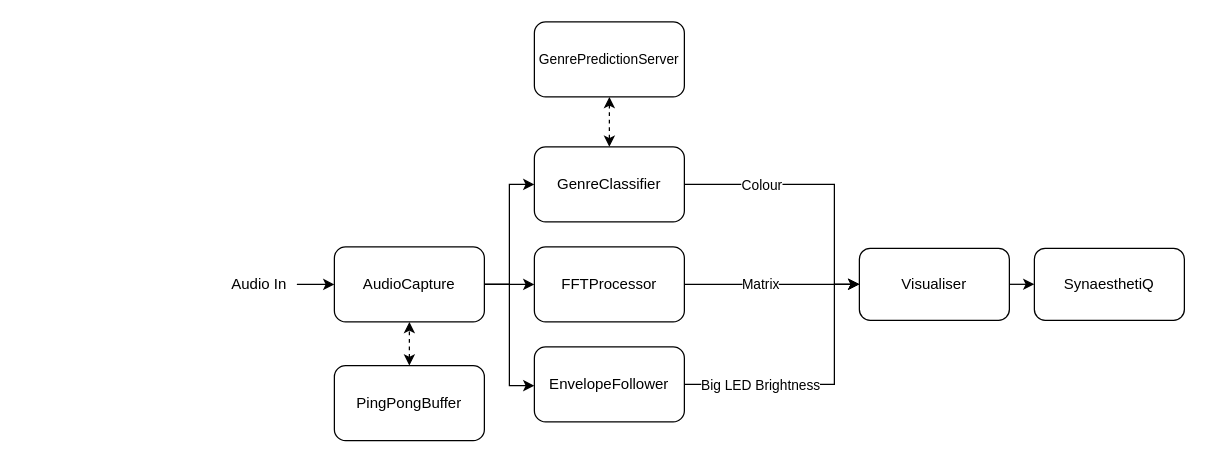
This is Full Data Flow Diagram.drawio from rt5-tp/SynaesthetiQ-demo-test, a draw.io file, before an edit. Source tidied: cells renumbered, new cells numbered last; positions are measured from the earlier drawing's top-left corner, leaving out a move shared by most shapes. Both pictures are drawn from the tidied source at 125%, with x=0, y=0 at pixel (221, 21).
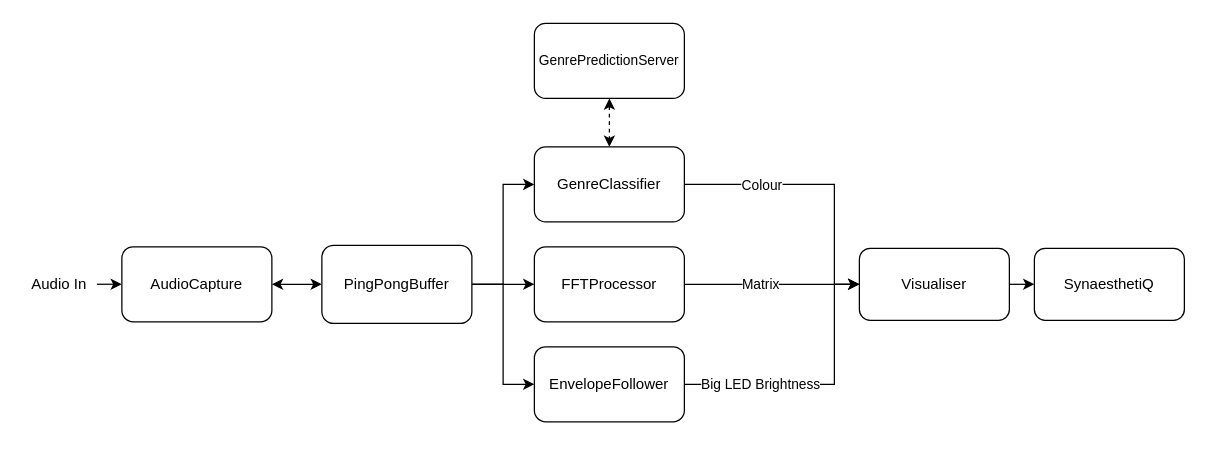
Above is the later version.

Unchanged cells that the change refers to:
```xml
<mxCell id="12" value="GenreClassifier" style="rounded=1;whiteSpace=wrap;html=1;" parent="1" vertex="1">
  <mxGeometry x="250" y="100" width="120" height="60" as="geometry" />
</mxCell>
<mxCell id="20" value="Visualiser" style="rounded=1;whiteSpace=wrap;html=1;verticalAlign=middle;fillColor=none;" parent="1" vertex="1">
  <mxGeometry x="510" y="181.2" width="120" height="57.5" as="geometry" />
</mxCell>
```

Diff of the diagram source:
```diff
@@
     <mxCell id="3" value="Audio In" style="text;html=1;strokeColor=none;fillColor=none;align=center;verticalAlign=middle;whiteSpace=wrap;rounded=0;" parent="1" vertex="1">
-      <mxGeometry y="195" width="60" height="30" as="geometry" />
+      <mxGeometry x="-160" y="194.9" width="60" height="30" as="geometry" />
     </mxCell>
-    <mxCell id="4" style="edgeStyle=orthogonalEdgeStyle;rounded=0;jettySize=auto;html=1;exitX=1;exitY=0.5;exitDx=0;exitDy=0;entryX=0;entryY=0.5;entryDx=0;entryDy=0;" parent="1" edge="1" source="7" target="12">
-      <mxGeometry relative="1" as="geometry">
-        <Array as="points">
-          <mxPoint x="230" y="210" />
-          <mxPoint x="230" y="130" />
-        </Array>
-      </mxGeometry>
-    </mxCell>
-    <mxCell id="5" style="edgeStyle=orthogonalEdgeStyle;rounded=0;jettySize=auto;html=1;exitX=1;exitY=0.5;exitDx=0;exitDy=0;" parent="1" edge="1" source="7" target="15">
-      <mxGeometry relative="1" as="geometry">
-        <Array as="points">
-          <mxPoint x="230" y="210" />
-          <mxPoint x="230" y="291" />
-        </Array>
-      </mxGeometry>
-    </mxCell>
-    <mxCell id="6" style="edgeStyle=orthogonalEdgeStyle;rounded=0;jettySize=auto;html=1;exitX=1;exitY=0.5;exitDx=0;exitDy=0;entryX=0;entryY=0.5;entryDx=0;entryDy=0;" parent="1" edge="1" source="7" target="18">
-      <mxGeometry relative="1" as="geometry" />
-    </mxCell>
+    <mxCell id="24" style="edgeStyle=orthogonalEdgeStyle;rounded=0;jettySize=auto;html=1;exitX=1;exitY=0.5;exitDx=0;exitDy=0;entryX=0;entryY=0.5;entryDx=0;entryDy=0;fontSize=11;startArrow=classic;startFill=1;endArrow=classic;endFill=1;" parent="1" edge="1" source="7" target="9">
+      <mxGeometry relative="1" as="geometry" />
+    </mxCell>
     <mxCell id="7" value="AudioCapture" style="rounded=1;whiteSpace=wrap;html=1;" parent="1" vertex="1">
-      <mxGeometry x="90" y="180" width="120" height="60" as="geometry" />
+      <mxGeometry x="-80" y="179.9" width="120" height="60" as="geometry" />
     </mxCell>
-    <mxCell id="8" style="edgeStyle=orthogonalEdgeStyle;rounded=0;jettySize=auto;html=1;exitX=0.5;exitY=0;exitDx=0;exitDy=0;entryX=0.5;entryY=1;entryDx=0;entryDy=0;dashed=1;fontSize=11;startArrow=classic;startFill=1;endArrow=classic;endFill=1;" parent="1" edge="1" source="9" target="7">
-      <mxGeometry relative="1" as="geometry" />
-    </mxCell>
+    <mxCell id="25" style="edgeStyle=orthogonalEdgeStyle;rounded=0;jettySize=auto;html=1;exitX=1;exitY=0.5;exitDx=0;exitDy=0;entryX=0;entryY=0.5;entryDx=0;entryDy=0;fontSize=11;startArrow=none;startFill=0;endArrow=classic;endFill=1;" parent="1" edge="1" source="9" target="18">
+      <mxGeometry relative="1" as="geometry" />
+    </mxCell>
+    <mxCell id="26" style="edgeStyle=orthogonalEdgeStyle;rounded=0;jettySize=auto;html=1;exitX=1;exitY=0.5;exitDx=0;exitDy=0;entryX=0;entryY=0.5;entryDx=0;entryDy=0;fontSize=11;startArrow=none;startFill=0;endArrow=classic;endFill=1;" parent="1" edge="1" source="9" target="12">
+      <mxGeometry relative="1" as="geometry" />
+    </mxCell>
+    <mxCell id="27" style="edgeStyle=orthogonalEdgeStyle;rounded=0;jettySize=auto;html=1;exitX=1;exitY=0.5;exitDx=0;exitDy=0;entryX=0;entryY=0.5;entryDx=0;entryDy=0;fontSize=11;startArrow=none;startFill=0;endArrow=classic;endFill=1;" parent="1" edge="1" source="9" target="15">
+      <mxGeometry relative="1" as="geometry" />
+    </mxCell>
     <mxCell id="9" value="PingPongBuffer" style="rounded=1;whiteSpace=wrap;html=1;" parent="1" vertex="1">
-      <mxGeometry x="90" y="275" width="120" height="60" as="geometry" />
+      <mxGeometry x="80" y="178.7" width="120" height="62.5" as="geometry" />
     </mxCell>
     <mxCell id="10" style="edgeStyle=orthogonalEdgeStyle;rounded=0;jettySize=auto;html=1;exitX=1;exitY=0.5;exitDx=0;exitDy=0;entryX=0;entryY=0.5;entryDx=0;entryDy=0;startArrow=none;startFill=0;endArrow=classic;endFill=1;verticalAlign=top;" parent="1" edge="1" source="12" target="20">
       <mxGeometry relative="1" as="geometry">
         <Array as="points">
-          <mxPoint x="490" y="130" />
-          <mxPoint x="490" y="210" />
+          <mxPoint x="490" y="129.9" />
+          <mxPoint x="490" y="209.9" />
         </Array>
       </mxGeometry>
     </mxCell>
@@
     <mxCell id="13" style="edgeStyle=orthogonalEdgeStyle;rounded=0;jettySize=auto;html=1;exitX=1;exitY=0.5;exitDx=0;exitDy=0;entryX=0;entryY=0.5;entryDx=0;entryDy=0;startArrow=none;startFill=0;endArrow=classic;endFill=1;" parent="1" edge="1" source="15" target="20">
       <mxGeometry relative="1" as="geometry">
         <Array as="points">
-          <mxPoint x="490" y="290" />
-          <mxPoint x="490" y="210" />
+          <mxPoint x="490" y="289.9" />
+          <mxPoint x="490" y="209.9" />
         </Array>
       </mxGeometry>
     </mxCell>
@@
     <mxCell id="15" value="EnvelopeFollower" style="rounded=1;whiteSpace=wrap;html=1;" parent="1" vertex="1">
-      <mxGeometry x="250" y="260" width="120" height="60" as="geometry" />
+      <mxGeometry x="250" y="259.9" width="120" height="60" as="geometry" />
     </mxCell>
@@
     <mxCell id="18" value="FFTProcessor" style="rounded=1;whiteSpace=wrap;html=1;" parent="1" vertex="1">
-      <mxGeometry x="250" y="180" width="120" height="60" as="geometry" />
+      <mxGeometry x="250" y="179.9" width="120" height="60" as="geometry" />
     </mxCell>
@@
     <mxCell id="23" value="GenrePredictionServer" style="rounded=1;whiteSpace=wrap;html=1;fontSize=11;" parent="1" vertex="1">
-      <mxGeometry x="250" width="120" height="60" as="geometry" />
+      <mxGeometry x="250" y="1.2" width="120" height="60" as="geometry" />
     </mxCell>
```
